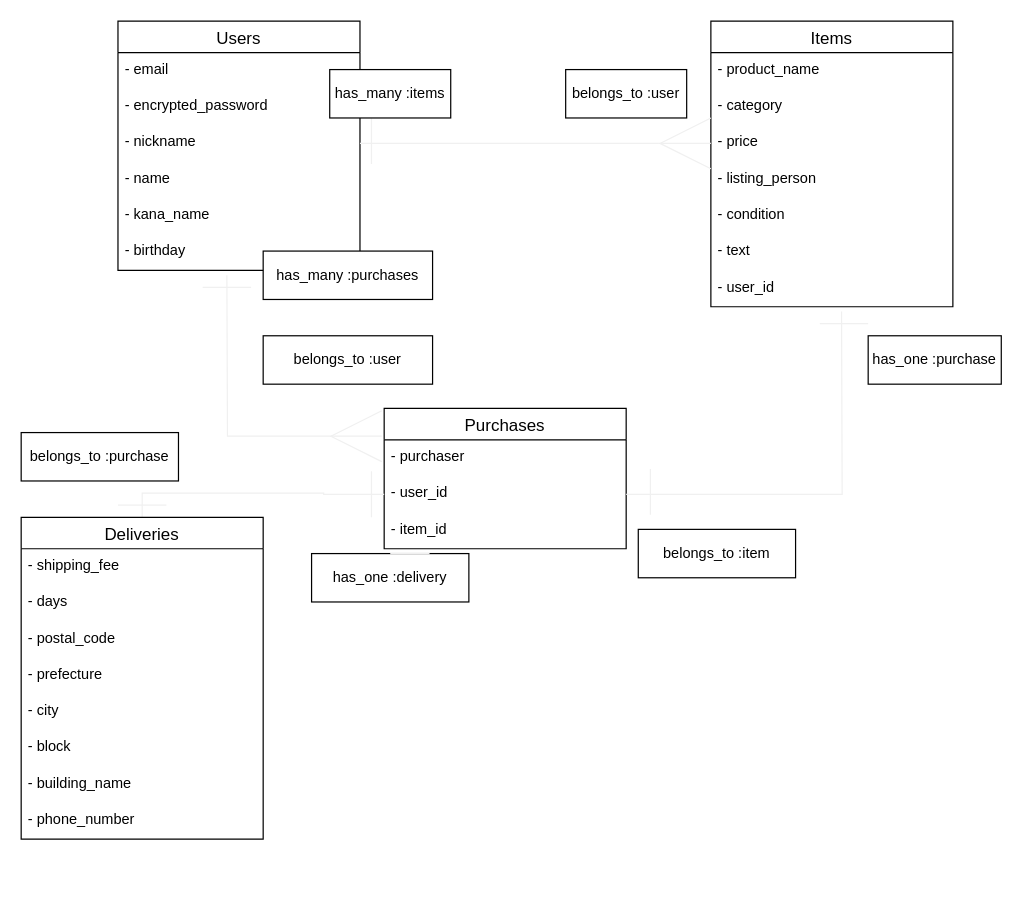
Before: test.dio in piposaruuuu/furima-36255, a draw.io diagram. Source tidied: cells renumbered, new cells numbered last; positions are measured from the earlier drawing's top-left corner, leaving out a move shared by most shapes. Both pictures are drawn from the tidied source at 121%, with x=0, y=0 at pixel (21, 21).
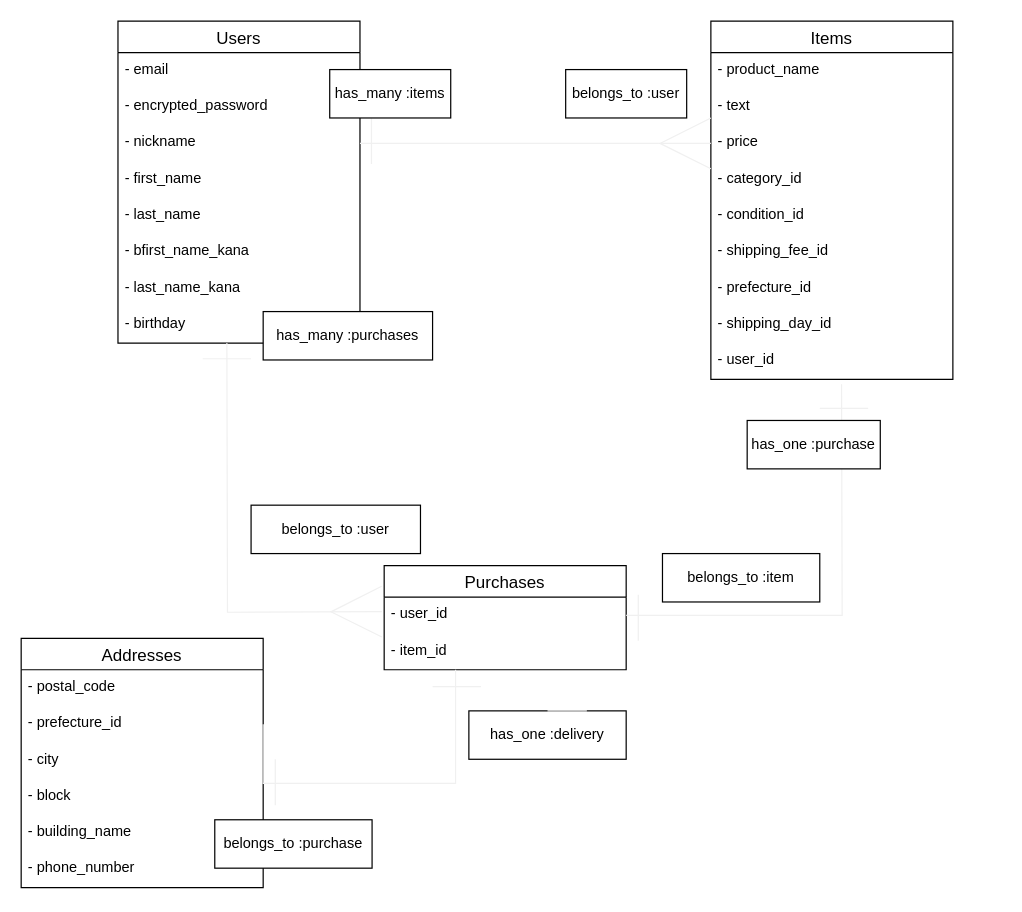
The same diagram, later.

The edit, as a diff of the source:
```diff
@@
     <mxCell id="2" value="Users" style="swimlane;fontStyle=0;horizontal=1;startSize=26;align=center;fontSize=14;" parent="1" vertex="1">
-      <mxGeometry x="80" width="200" height="206" as="geometry" />
+      <mxGeometry x="80" width="200" height="266" as="geometry" />
     </mxCell>
@@
-    <mxCell id="6" value="- name" style="text;strokeColor=none;fillColor=none;spacingLeft=4;spacingRight=4;overflow=hidden;fontSize=12;" parent="2" vertex="1">
+    <mxCell id="6" value="- first_name" style="text;strokeColor=none;fillColor=none;spacingLeft=4;spacingRight=4;overflow=hidden;fontSize=12;" parent="2" vertex="1">
       <mxGeometry y="116" width="200" height="30" as="geometry" />
     </mxCell>
-    <mxCell id="7" value="- kana_name" style="text;strokeColor=none;fillColor=none;spacingLeft=4;spacingRight=4;overflow=hidden;fontSize=12;" parent="2" vertex="1">
+    <mxCell id="7" value="- last_name" style="text;strokeColor=none;fillColor=none;spacingLeft=4;spacingRight=4;overflow=hidden;fontSize=12;" parent="2" vertex="1">
       <mxGeometry y="146" width="200" height="30" as="geometry" />
     </mxCell>
-    <mxCell id="8" value="- birthday" style="text;strokeColor=none;fillColor=none;spacingLeft=4;spacingRight=4;overflow=hidden;fontSize=12;" parent="2" vertex="1">
+    <mxCell id="8" value="- bfirst_name_kana" style="text;strokeColor=none;fillColor=none;spacingLeft=4;spacingRight=4;overflow=hidden;fontSize=12;" parent="2" vertex="1">
       <mxGeometry y="176" width="200" height="30" as="geometry" />
     </mxCell>
+    <mxCell id="49" value="- last_name_kana" style="text;strokeColor=none;fillColor=none;spacingLeft=4;spacingRight=4;overflow=hidden;fontSize=12;" parent="2" vertex="1">
+      <mxGeometry y="206" width="200" height="30" as="geometry" />
+    </mxCell>
+    <mxCell id="50" value="- birthday" style="text;strokeColor=none;fillColor=none;spacingLeft=4;spacingRight=4;overflow=hidden;fontSize=12;" parent="2" vertex="1">
+      <mxGeometry y="236" width="200" height="30" as="geometry" />
+    </mxCell>
+    <mxCell id="32" style="edgeStyle=orthogonalEdgeStyle;rounded=0;orthogonalLoop=1;jettySize=auto;html=1;exitX=-0.01;exitY=-0.1;exitDx=0;exitDy=0;startArrow=ERmany;startFill=0;endArrow=none;endFill=0;startSize=40;endSize=40;strokeColor=#f0f0f0;exitPerimeter=0;" parent="2" edge="1">
+      <mxGeometry relative="1" as="geometry">
+        <mxPoint x="218" y="488" as="sourcePoint" />
+        <mxPoint x="90" y="266" as="targetPoint" />
+      </mxGeometry>
+    </mxCell>
     <mxCell id="9" value="Purchases" style="swimlane;fontStyle=0;horizontal=1;startSize=26;align=center;fontSize=14;" parent="1" vertex="1">
-      <mxGeometry x="300" y="320" width="200" height="116" as="geometry" />
+      <mxGeometry x="300" y="450" width="200" height="86" as="geometry" />
     </mxCell>
-    <mxCell id="10" value="- purchaser" style="text;strokeColor=none;fillColor=none;spacingLeft=4;spacingRight=4;overflow=hidden;points=[[0,0.5],[1,0.5]];portConstraint=eastwest;fontSize=12;" parent="9" vertex="1">
-      <mxGeometry y="26" width="200" height="30" as="geometry" />
-    </mxCell>
     <mxCell id="11" value="- user_id" style="text;strokeColor=none;fillColor=none;spacingLeft=4;spacingRight=4;overflow=hidden;points=[[0,0.5],[1,0.5]];portConstraint=eastwest;fontSize=12;" parent="9" vertex="1">
-      <mxGeometry y="56" width="200" height="30" as="geometry" />
+      <mxGeometry y="26" width="200" height="30" as="geometry" />
     </mxCell>
     <mxCell id="12" value="- item_id" style="text;strokeColor=none;fillColor=none;spacingLeft=4;spacingRight=4;overflow=hidden;points=[[0,0.5],[1,0.5]];portConstraint=eastwest;fontSize=12;" parent="9" vertex="1">
-      <mxGeometry y="86" width="200" height="30" as="geometry" />
+      <mxGeometry y="56" width="200" height="30" as="geometry" />
     </mxCell>
     <mxCell id="13" value="Items" style="swimlane;fontStyle=0;horizontal=1;startSize=26;align=center;fontSize=14;" parent="1" vertex="1">
-      <mxGeometry x="570" width="200" height="236" as="geometry" />
+      <mxGeometry x="570" width="200" height="296" as="geometry" />
     </mxCell>
@@
+    <mxCell id="19" value="- text" style="text;strokeColor=none;fillColor=none;spacingLeft=4;spacingRight=4;overflow=hidden;fontSize=12;" parent="13" vertex="1">
+      <mxGeometry y="56" width="200" height="30" as="geometry" />
+    </mxCell>
+    <mxCell id="16" value="- price" style="text;strokeColor=none;fillColor=none;spacingLeft=4;spacingRight=4;overflow=hidden;points=[[0,0.5],[1,0.5]];portConstraint=eastwest;fontSize=12;" parent="13" vertex="1">
+      <mxGeometry y="86" width="200" height="30" as="geometry" />
+    </mxCell>
-    <mxCell id="15" value="- category" style="text;strokeColor=none;fillColor=none;spacingLeft=4;spacingRight=4;overflow=hidden;fontSize=12;" parent="13" vertex="1">
-      <mxGeometry y="56" width="200" height="30" as="geometry" />
+    <mxCell id="15" value="- category_id" style="text;strokeColor=none;fillColor=none;spacingLeft=4;spacingRight=4;overflow=hidden;fontSize=12;" parent="13" vertex="1">
+      <mxGeometry y="116" width="200" height="30" as="geometry" />
     </mxCell>
-    <mxCell id="16" value="- price" style="text;strokeColor=none;fillColor=none;spacingLeft=4;spacingRight=4;overflow=hidden;points=[[0,0.5],[1,0.5]];portConstraint=eastwest;fontSize=12;" parent="13" vertex="1">
-      <mxGeometry y="86" width="200" height="30" as="geometry" />
-    </mxCell>
+    <mxCell id="18" value="- condition_id" style="text;strokeColor=none;fillColor=none;spacingLeft=4;spacingRight=4;overflow=hidden;fontSize=12;" parent="13" vertex="1">
+      <mxGeometry y="146" width="200" height="30" as="geometry" />
+    </mxCell>
-    <mxCell id="17" value="- listing_person" style="text;strokeColor=none;fillColor=none;spacingLeft=4;spacingRight=4;overflow=hidden;fontSize=12;" parent="13" vertex="1">
-      <mxGeometry y="116" width="200" height="30" as="geometry" />
+    <mxCell id="17" value="- shipping_fee_id" style="text;strokeColor=none;fillColor=none;spacingLeft=4;spacingRight=4;overflow=hidden;fontSize=12;" parent="13" vertex="1">
+      <mxGeometry y="176" width="200" height="30" as="geometry" />
     </mxCell>
-    <mxCell id="18" value="- condition" style="text;strokeColor=none;fillColor=none;spacingLeft=4;spacingRight=4;overflow=hidden;fontSize=12;" parent="13" vertex="1">
-      <mxGeometry y="146" width="200" height="30" as="geometry" />
-    </mxCell>
-    <mxCell id="19" value="- text" style="text;strokeColor=none;fillColor=none;spacingLeft=4;spacingRight=4;overflow=hidden;fontSize=12;" parent="13" vertex="1">
-      <mxGeometry y="176" width="200" height="30" as="geometry" />
-    </mxCell>
-    <mxCell id="20" value="- user_id" style="text;strokeColor=none;fillColor=none;spacingLeft=4;spacingRight=4;overflow=hidden;fontSize=12;" parent="13" vertex="1">
+    <mxCell id="20" value="- prefecture_id" style="text;strokeColor=none;fillColor=none;spacingLeft=4;spacingRight=4;overflow=hidden;fontSize=12;" parent="13" vertex="1">
       <mxGeometry y="206" width="200" height="30" as="geometry" />
     </mxCell>
-    <mxCell id="21" style="edgeStyle=orthogonalEdgeStyle;rounded=0;jettySize=auto;html=1;exitX=0.5;exitY=0;exitDx=0;exitDy=0;entryX=0;entryY=0.5;entryDx=0;entryDy=0;startArrow=none;startFill=0;endArrow=none;endFill=0;startSize=40;endSize=40;strokeColor=#f0f0f0;" parent="1" edge="1" source="22" target="11">
-      <mxGeometry relative="1" as="geometry">
-        <Array as="points">
-          <mxPoint x="100" y="390" />
-          <mxPoint x="250" y="390" />
-          <mxPoint x="250" y="391" />
-        </Array>
-      </mxGeometry>
-    </mxCell>
+    <mxCell id="51" value="- shipping_day_id" style="text;strokeColor=none;fillColor=none;spacingLeft=4;spacingRight=4;overflow=hidden;fontSize=12;" parent="13" vertex="1">
+      <mxGeometry y="236" width="200" height="30" as="geometry" />
+    </mxCell>
+    <mxCell id="52" value="- user_id" style="text;strokeColor=none;fillColor=none;spacingLeft=4;spacingRight=4;overflow=hidden;fontSize=12;" parent="13" vertex="1">
+      <mxGeometry y="266" width="200" height="30" as="geometry" />
+    </mxCell>
-    <mxCell id="22" value="Deliveries" style="swimlane;fontStyle=0;horizontal=1;startSize=26;align=center;fontSize=14;" parent="1" vertex="1">
-      <mxGeometry y="410" width="200" height="266" as="geometry" />
+    <mxCell id="22" value="Addresses" style="swimlane;fontStyle=0;horizontal=1;startSize=26;align=center;fontSize=14;" parent="1" vertex="1">
+      <mxGeometry y="510" width="200" height="206" as="geometry" />
     </mxCell>
-    <mxCell id="23" value="- shipping_fee" style="text;strokeColor=none;fillColor=none;spacingLeft=4;spacingRight=4;overflow=hidden;fontSize=12;" parent="22" vertex="1">
-      <mxGeometry y="26" width="200" height="30" as="geometry" />
-    </mxCell>
-    <mxCell id="24" value="- days" style="text;strokeColor=none;fillColor=none;spacingLeft=4;spacingRight=4;overflow=hidden;fontSize=12;" parent="22" vertex="1">
-      <mxGeometry y="56" width="200" height="30" as="geometry" />
-    </mxCell>
     <mxCell id="25" value="- postal_code" style="text;strokeColor=none;fillColor=none;spacingLeft=4;spacingRight=4;overflow=hidden;fontSize=12;" parent="22" vertex="1">
-      <mxGeometry y="86" width="200" height="30" as="geometry" />
+      <mxGeometry y="26" width="200" height="30" as="geometry" />
     </mxCell>
-    <mxCell id="26" value="- prefecture" style="text;strokeColor=none;fillColor=none;spacingLeft=4;spacingRight=4;overflow=hidden;points=[[0,0.5],[1,0.5]];portConstraint=eastwest;fontSize=12;" parent="22" vertex="1">
-      <mxGeometry y="116" width="200" height="30" as="geometry" />
+    <mxCell id="26" value="- prefecture_id" style="text;strokeColor=none;fillColor=none;spacingLeft=4;spacingRight=4;overflow=hidden;points=[[0,0.5],[1,0.5]];portConstraint=eastwest;fontSize=12;" parent="22" vertex="1">
+      <mxGeometry y="56" width="200" height="30" as="geometry" />
     </mxCell>
     <mxCell id="27" value="- city" style="text;strokeColor=none;fillColor=none;spacingLeft=4;spacingRight=4;overflow=hidden;fontSize=12;" parent="22" vertex="1">
-      <mxGeometry y="146" width="200" height="30" as="geometry" />
+      <mxGeometry y="86" width="200" height="30" as="geometry" />
     </mxCell>
     <mxCell id="28" value="- block" style="text;strokeColor=none;fillColor=none;spacingLeft=4;spacingRight=4;overflow=hidden;fontSize=12;" parent="22" vertex="1">
-      <mxGeometry y="176" width="200" height="30" as="geometry" />
+      <mxGeometry y="116" width="200" height="30" as="geometry" />
     </mxCell>
     <mxCell id="29" value="- building_name" style="text;strokeColor=none;fillColor=none;spacingLeft=4;spacingRight=4;overflow=hidden;fontSize=12;" parent="22" vertex="1">
-      <mxGeometry y="206" width="200" height="30" as="geometry" />
+      <mxGeometry y="146" width="200" height="30" as="geometry" />
     </mxCell>
     <mxCell id="30" value="- phone_number" style="text;strokeColor=none;fillColor=none;spacingLeft=4;spacingRight=4;overflow=hidden;fontSize=12;" parent="22" vertex="1">
-      <mxGeometry y="236" width="200" height="30" as="geometry" />
+      <mxGeometry y="176" width="200" height="30" as="geometry" />
     </mxCell>
@@
-    <mxCell id="32" style="edgeStyle=orthogonalEdgeStyle;rounded=0;jettySize=auto;html=1;exitX=-0.01;exitY=-0.1;exitDx=0;exitDy=0;startArrow=ERmany;startFill=0;endArrow=none;endFill=0;startSize=40;endSize=40;strokeColor=#f0f0f0;exitPerimeter=0;" parent="1" edge="1" source="10">
-      <mxGeometry relative="1" as="geometry">
-        <mxPoint x="170" y="210" as="targetPoint" />
-      </mxGeometry>
-    </mxCell>
     <mxCell id="33" style="edgeStyle=orthogonalEdgeStyle;rounded=0;jettySize=auto;html=1;exitX=1;exitY=0.5;exitDx=0;exitDy=0;startArrow=none;startFill=0;endArrow=none;endFill=0;startSize=40;endSize=40;strokeColor=#f0f0f0;" parent="1" edge="1" source="11">
       <mxGeometry relative="1" as="geometry">
-        <mxPoint x="678" y="240" as="targetPoint" />
+        <mxPoint x="678" y="300" as="targetPoint" />
       </mxGeometry>
     </mxCell>
     <mxCell id="34" style="endArrow=none;html=1;rounded=0;startSize=40;endSize=40;strokeColor=#f0f0f0;" parent="1" edge="1">
       <mxGeometry relative="1" as="geometry">
-        <mxPoint x="150" y="220" as="sourcePoint" />
-        <mxPoint x="190" y="220" as="targetPoint" />
+        <mxPoint x="150" y="279" as="sourcePoint" />
+        <mxPoint x="190" y="279" as="targetPoint" />
         <Array as="points">
-          <mxPoint x="170" y="220" />
+          <mxPoint x="170" y="279" />
         </Array>
       </mxGeometry>
     </mxCell>
     <mxCell id="35" style="endArrow=none;html=1;rounded=0;startSize=40;endSize=40;strokeColor=#f0f0f0;" parent="1" edge="1">
       <mxGeometry relative="1" as="geometry">
-        <mxPoint x="660" y="250" as="sourcePoint" />
-        <mxPoint x="700" y="250" as="targetPoint" />
+        <mxPoint x="660" y="320" as="sourcePoint" />
+        <mxPoint x="700" y="320" as="targetPoint" />
       </mxGeometry>
     </mxCell>
@@
     <mxCell id="37" style="endArrow=none;html=1;rounded=0;startSize=40;endSize=40;strokeColor=#f0f0f0;" parent="1" edge="1">
       <mxGeometry relative="1" as="geometry">
-        <mxPoint x="80" y="400" as="sourcePoint" />
-        <mxPoint x="120" y="400" as="targetPoint" />
+        <mxPoint x="340" y="550" as="sourcePoint" />
+        <mxPoint x="380" y="550" as="targetPoint" />
         <Array as="points">
-          <mxPoint x="100" y="400" />
+          <mxPoint x="360" y="550" />
         </Array>
       </mxGeometry>
     </mxCell>
     <mxCell id="38" style="endArrow=none;html=1;rounded=0;startSize=40;endSize=40;strokeColor=#f0f0f0;" parent="1" edge="1">
       <mxGeometry relative="1" as="geometry">
-        <mxPoint x="520" y="408" as="sourcePoint" />
-        <mxPoint x="520" y="370" as="targetPoint" />
+        <mxPoint x="510" y="512" as="sourcePoint" />
+        <mxPoint x="510" y="474" as="targetPoint" />
       </mxGeometry>
     </mxCell>
     <mxCell id="39" value="&lt;span&gt;belongs_to :item&lt;/span&gt;" style="whiteSpace=wrap;html=1;align=center;" parent="1" vertex="1">
-      <mxGeometry x="510" y="420" width="130" height="40" as="geometry" />
+      <mxGeometry x="530" y="440" width="130" height="40" as="geometry" />
     </mxCell>
     <mxCell id="40" value="&lt;span&gt;has_one :purchase&lt;/span&gt;" style="whiteSpace=wrap;html=1;align=center;" parent="1" vertex="1">
-      <mxGeometry x="700" y="260" width="110" height="40" as="geometry" />
+      <mxGeometry x="600" y="330" width="110" height="40" as="geometry" />
     </mxCell>
     <mxCell id="41" value="&lt;span&gt;belongs_to :user&lt;/span&gt;" style="whiteSpace=wrap;html=1;align=center;" parent="1" vertex="1">
-      <mxGeometry x="200" y="260" width="140" height="40" as="geometry" />
+      <mxGeometry x="190" y="400" width="140" height="40" as="geometry" />
     </mxCell>
@@
     <mxCell id="43" value="belongs_to :purchase" style="whiteSpace=wrap;html=1;align=center;" parent="1" vertex="1">
-      <mxGeometry y="340" width="130" height="40" as="geometry" />
+      <mxGeometry x="160" y="660" width="130" height="40" as="geometry" />
     </mxCell>
     <mxCell id="44" value="has_one :delivery" style="whiteSpace=wrap;html=1;align=center;" parent="1" vertex="1">
-      <mxGeometry x="240" y="440" width="130" height="40" as="geometry" />
+      <mxGeometry x="370" y="570" width="130" height="40" as="geometry" />
     </mxCell>
     <mxCell id="45" value="has_many :purchases" style="whiteSpace=wrap;html=1;align=center;" parent="1" vertex="1">
-      <mxGeometry x="200" y="190" width="140" height="40" as="geometry" />
+      <mxGeometry x="200" y="240" width="140" height="40" as="geometry" />
     </mxCell>
@@
     <mxCell id="48" style="endArrow=none;html=1;rounded=0;startSize=40;endSize=40;strokeColor=#f0f0f0;" parent="1" edge="1">
       <mxGeometry relative="1" as="geometry">
-        <mxPoint x="289.5" y="410" as="sourcePoint" />
-        <mxPoint x="289.5" y="372" as="targetPoint" />
+        <mxPoint x="210" y="648" as="sourcePoint" />
+        <mxPoint x="210" y="610" as="targetPoint" />
       </mxGeometry>
     </mxCell>
+    <mxCell id="53" style="edgeStyle=orthogonalEdgeStyle;rounded=0;jettySize=auto;html=1;exitX=1;exitY=0.5;exitDx=0;exitDy=0;entryX=0.295;entryY=1;entryDx=0;entryDy=0;entryPerimeter=0;startArrow=none;startFill=0;endArrow=none;endFill=0;startSize=40;endSize=40;strokeColor=#f0f0f0;" parent="1" edge="1" source="26" target="12">
+      <mxGeometry relative="1" as="geometry">
+        <Array as="points">
+          <mxPoint x="200" y="630" />
+          <mxPoint x="359" y="630" />
+        </Array>
+      </mxGeometry>
+    </mxCell>
```
